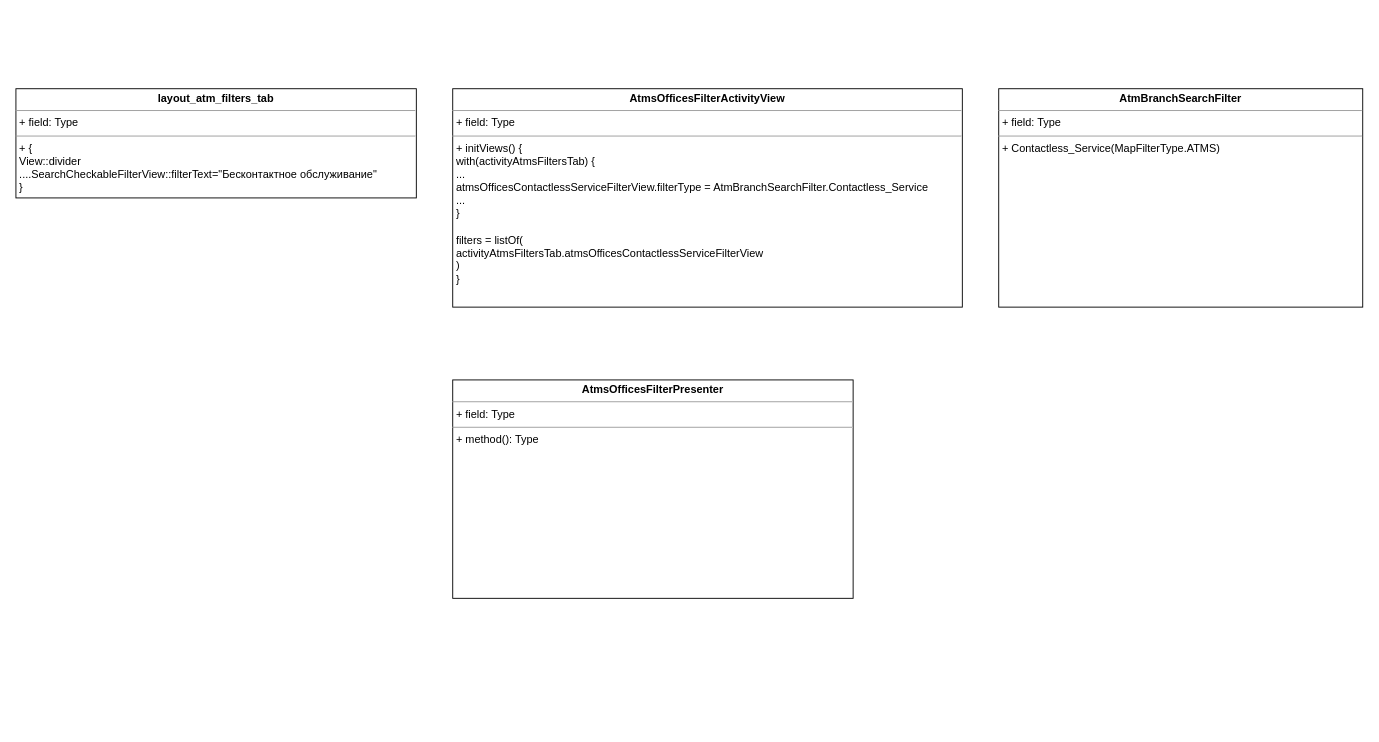
Above: UNI-17710.drawio in ShiryaevNikolay/diagrams (draw.io), before the change. Source tidied: cells renumbered, new cells numbered last; positions are measured from the earlier drawing's top-left corner, leaving out a move shared by most shapes. Both pictures are drawn from the tidied source at 91%, with x=0, y=0 at pixel (15, 88).
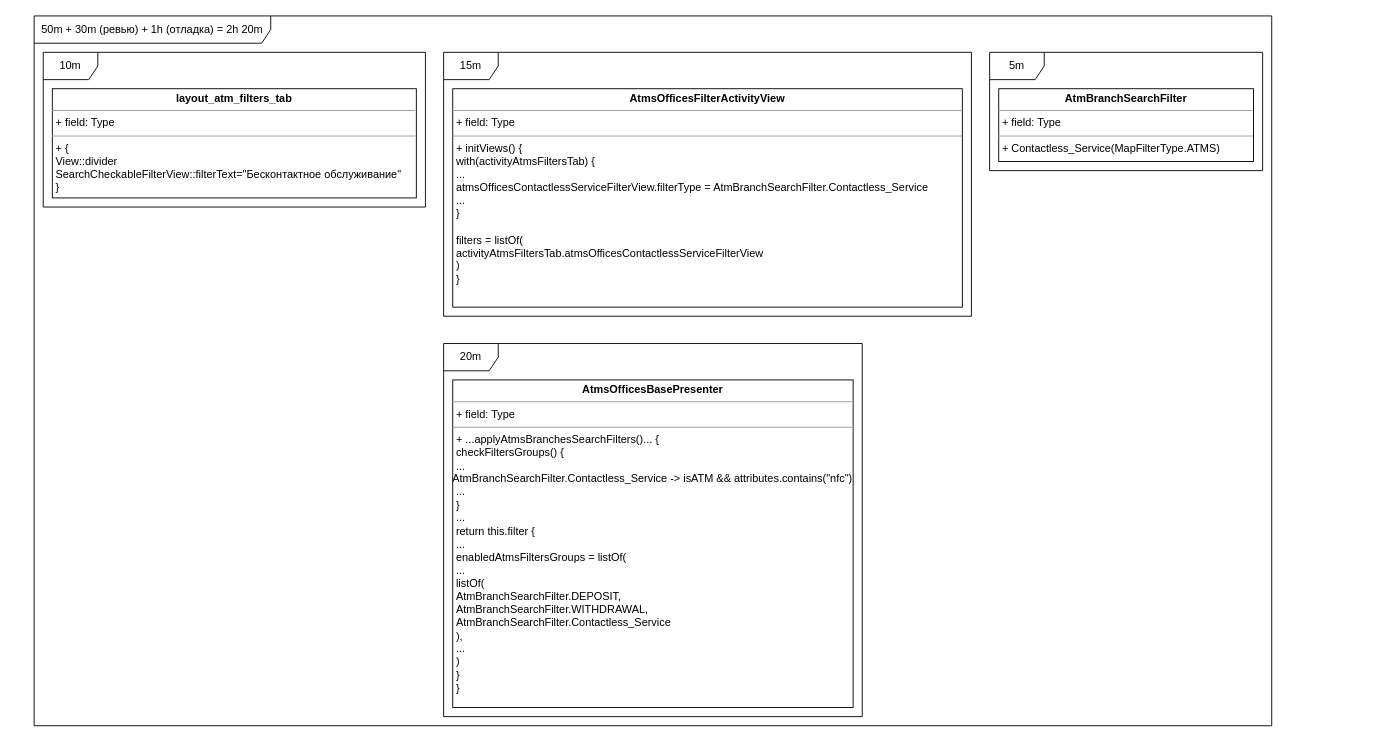
The same diagram, later.

What changed in the source:
```diff
@@
 <mxGraphModel>
   <root>
     <mxCell id="0" />
     <mxCell id="1" parent="0" />
     <mxCell id="2" value="&lt;p style=&quot;margin:0px;margin-top:4px;text-align:center;&quot;&gt;&lt;b&gt;AtmsOfficesFilterActivityView&lt;/b&gt;&lt;/p&gt;&lt;hr size=&quot;1&quot;&gt;&lt;p style=&quot;margin:0px;margin-left:4px;&quot;&gt;+ field: Type&lt;/p&gt;&lt;hr size=&quot;1&quot;&gt;&lt;p style=&quot;margin:0px;margin-left:4px;&quot;&gt;+ initViews() {&lt;/p&gt;&lt;p style=&quot;margin:0px;margin-left:4px;&quot;&gt;with(activityAtmsFiltersTab) {&lt;/p&gt;&lt;p style=&quot;margin:0px;margin-left:4px;&quot;&gt;...&lt;br&gt;&lt;/p&gt;&lt;p style=&quot;margin:0px;margin-left:4px;&quot;&gt;atmsOfficesContactlessServiceFilterView.filterType = AtmBranchSearchFilter.Contactless_Service&lt;br&gt;&lt;/p&gt;&lt;p style=&quot;margin:0px;margin-left:4px;&quot;&gt;...&lt;br&gt;&lt;/p&gt;&lt;p style=&quot;margin:0px;margin-left:4px;&quot;&gt;}&lt;/p&gt;&lt;p style=&quot;margin:0px;margin-left:4px;&quot;&gt;&lt;br&gt;&lt;/p&gt;&lt;p style=&quot;margin:0px;margin-left:4px;&quot;&gt;filters = listOf(&lt;/p&gt;&lt;p style=&quot;margin:0px;margin-left:4px;&quot;&gt;activityAtmsFiltersTab.atmsOfficesContactlessServiceFilterView&lt;br&gt;&lt;/p&gt;&lt;p style=&quot;margin:0px;margin-left:4px;&quot;&gt;)&lt;br&gt;&lt;/p&gt;&lt;p style=&quot;margin:0px;margin-left:4px;&quot;&gt;}&lt;br&gt;&lt;/p&gt;" style="verticalAlign=top;align=left;overflow=fill;fontSize=12;fontFamily=Helvetica;html=1;" parent="1" vertex="1">
       <mxGeometry x="480" width="560" height="240" as="geometry" />
     </mxCell>
-    <mxCell id="3" value="&lt;p style=&quot;margin:0px;margin-top:4px;text-align:center;&quot;&gt;&lt;b&gt;layout_atm_filters_tab&lt;/b&gt;&lt;/p&gt;&lt;hr size=&quot;1&quot;&gt;&lt;p style=&quot;margin:0px;margin-left:4px;&quot;&gt;+ field: Type&lt;/p&gt;&lt;hr size=&quot;1&quot;&gt;&lt;p style=&quot;margin:0px;margin-left:4px;&quot;&gt;+ {&lt;/p&gt;&lt;p style=&quot;margin:0px;margin-left:4px;&quot;&gt;View::divider&lt;/p&gt;&lt;p style=&quot;margin:0px;margin-left:4px;&quot;&gt;....SearchCheckableFilterView::filterText=&quot;Бесконтактное обслуживание&quot;&lt;br&gt;&lt;/p&gt;&lt;p style=&quot;margin:0px;margin-left:4px;&quot;&gt;}&lt;br&gt;&lt;/p&gt;" style="verticalAlign=top;align=left;overflow=fill;fontSize=12;fontFamily=Helvetica;html=1;" parent="1" vertex="1">
-      <mxGeometry width="440" height="120" as="geometry" />
+    <mxCell id="3" value="&lt;p style=&quot;margin:0px;margin-top:4px;text-align:center;&quot;&gt;&lt;b&gt;layout_atm_filters_tab&lt;/b&gt;&lt;/p&gt;&lt;hr size=&quot;1&quot;&gt;&lt;p style=&quot;margin:0px;margin-left:4px;&quot;&gt;+ field: Type&lt;/p&gt;&lt;hr size=&quot;1&quot;&gt;&lt;p style=&quot;margin:0px;margin-left:4px;&quot;&gt;+ {&lt;/p&gt;&lt;p style=&quot;margin:0px;margin-left:4px;&quot;&gt;View::divider&lt;/p&gt;&lt;p style=&quot;margin:0px;margin-left:4px;&quot;&gt;SearchCheckableFilterView::filterText=&quot;Бесконтактное обслуживание&quot;&lt;br&gt;&lt;/p&gt;&lt;p style=&quot;margin:0px;margin-left:4px;&quot;&gt;}&lt;br&gt;&lt;/p&gt;" style="verticalAlign=top;align=left;overflow=fill;fontSize=12;fontFamily=Helvetica;html=1;" parent="1" vertex="1">
+      <mxGeometry x="40" width="400" height="120" as="geometry" />
     </mxCell>
     <mxCell id="4" value="&lt;p style=&quot;margin:0px;margin-top:4px;text-align:center;&quot;&gt;&lt;b&gt;AtmBranchSearchFilter&lt;/b&gt;&lt;/p&gt;&lt;hr size=&quot;1&quot;&gt;&lt;p style=&quot;margin:0px;margin-left:4px;&quot;&gt;+ field: Type&lt;/p&gt;&lt;hr size=&quot;1&quot;&gt;&lt;p style=&quot;margin:0px;margin-left:4px;&quot;&gt;+ Contactless_Service(MapFilterType.ATMS)&lt;/p&gt;" style="verticalAlign=top;align=left;overflow=fill;fontSize=12;fontFamily=Helvetica;html=1;" parent="1" vertex="1">
-      <mxGeometry x="1080" width="400" height="240" as="geometry" />
+      <mxGeometry x="1080" width="280" height="80" as="geometry" />
     </mxCell>
-    <mxCell id="5" value="&lt;p style=&quot;margin:0px;margin-top:4px;text-align:center;&quot;&gt;&lt;b&gt;AtmsOfficesFilterPresenter&lt;/b&gt;&lt;/p&gt;&lt;hr size=&quot;1&quot;&gt;&lt;p style=&quot;margin:0px;margin-left:4px;&quot;&gt;+ field: Type&lt;/p&gt;&lt;hr size=&quot;1&quot;&gt;&lt;p style=&quot;margin:0px;margin-left:4px;&quot;&gt;+ method(): Type&lt;/p&gt;" style="verticalAlign=top;align=left;overflow=fill;fontSize=12;fontFamily=Helvetica;html=1;" parent="1" vertex="1">
-      <mxGeometry x="480" y="320" width="440" height="240" as="geometry" />
+    <mxCell id="5" value="&lt;p style=&quot;margin:0px;margin-top:4px;text-align:center;&quot;&gt;&lt;b&gt;AtmsOfficesBasePresenter&lt;/b&gt;&lt;/p&gt;&lt;hr size=&quot;1&quot;&gt;&lt;p style=&quot;margin:0px;margin-left:4px;&quot;&gt;+ field: Type&lt;/p&gt;&lt;hr size=&quot;1&quot;&gt;&lt;p style=&quot;margin:0px;margin-left:4px;&quot;&gt;+ ...applyAtmsBranchesSearchFilters()... {&lt;/p&gt;&lt;p style=&quot;margin:0px;margin-left:4px;&quot;&gt;checkFiltersGroups() {&lt;/p&gt;&lt;p style=&quot;margin:0px;margin-left:4px;&quot;&gt;...&lt;/p&gt;AtmBranchSearchFilter.Contactless_Service -&amp;gt; isATM &amp;amp;&amp;amp; attributes.contains(&quot;nfc&quot;)&lt;br&gt;&lt;p style=&quot;margin:0px;margin-left:4px;&quot;&gt;...&lt;br&gt;&lt;/p&gt;&lt;p style=&quot;margin:0px;margin-left:4px;&quot;&gt;}&lt;br&gt;&lt;/p&gt;&lt;p style=&quot;margin:0px;margin-left:4px;&quot;&gt;...&lt;/p&gt;&lt;p style=&quot;margin:0px;margin-left:4px;&quot;&gt;return this.filter {&lt;/p&gt;&lt;p style=&quot;margin:0px;margin-left:4px;&quot;&gt;...&lt;/p&gt;&lt;p style=&quot;margin:0px;margin-left:4px;&quot;&gt;enabledAtmsFiltersGroups = listOf(&lt;/p&gt;&lt;p style=&quot;margin:0px;margin-left:4px;&quot;&gt;...&lt;/p&gt;&lt;p style=&quot;margin:0px;margin-left:4px;&quot;&gt;listOf(&lt;/p&gt;&lt;p style=&quot;margin:0px;margin-left:4px;&quot;&gt;AtmBranchSearchFilter.DEPOSIT, &lt;br&gt;&lt;/p&gt;&lt;p style=&quot;margin:0px;margin-left:4px;&quot;&gt;AtmBranchSearchFilter.WITHDRAWAL,&lt;/p&gt;&lt;p style=&quot;margin:0px;margin-left:4px;&quot;&gt;AtmBranchSearchFilter.Contactless_Service&lt;/p&gt;&lt;p style=&quot;margin:0px;margin-left:4px;&quot;&gt;),&lt;br&gt;&lt;/p&gt;&lt;p style=&quot;margin:0px;margin-left:4px;&quot;&gt;...&lt;br&gt;&lt;/p&gt;&lt;p style=&quot;margin:0px;margin-left:4px;&quot;&gt;)&lt;br&gt;&lt;/p&gt;&lt;p style=&quot;margin:0px;margin-left:4px;&quot;&gt;}&lt;br&gt;&lt;/p&gt;&lt;p style=&quot;margin:0px;margin-left:4px;&quot;&gt;}&lt;br&gt;&lt;/p&gt;" style="verticalAlign=top;align=left;overflow=fill;fontSize=12;fontFamily=Helvetica;html=1;" parent="1" vertex="1">
+      <mxGeometry x="480" y="320" width="440" height="360" as="geometry" />
     </mxCell>
+    <mxCell id="6" value="10m" style="shape=umlFrame;whiteSpace=wrap;html=1;" parent="1" vertex="1">
+      <mxGeometry x="30" y="-40" width="420" height="170" as="geometry" />
+    </mxCell>
+    <mxCell id="7" value="15m" style="shape=umlFrame;whiteSpace=wrap;html=1;" parent="1" vertex="1">
+      <mxGeometry x="470" y="-40" width="580" height="290" as="geometry" />
+    </mxCell>
+    <mxCell id="8" value="5m" style="shape=umlFrame;whiteSpace=wrap;html=1;" parent="1" vertex="1">
+      <mxGeometry x="1070" y="-40" width="300" height="130" as="geometry" />
+    </mxCell>
+    <mxCell id="9" value="20m" style="shape=umlFrame;whiteSpace=wrap;html=1;" parent="1" vertex="1">
+      <mxGeometry x="470" y="280" width="460" height="410" as="geometry" />
+    </mxCell>
+    <mxCell id="10" value="50m + 30m (ревью) + 1h (отладка) = 2h 20m" style="shape=umlFrame;whiteSpace=wrap;html=1;width=260;height=30;" parent="1" vertex="1">
+      <mxGeometry x="20" y="-80" width="1360" height="780" as="geometry" />
+    </mxCell>
   </root>
 </mxGraphModel>
```
